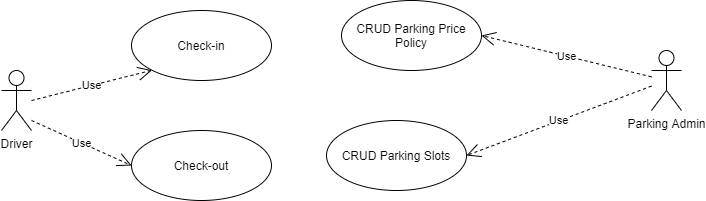
The draw.io diagram design/ParkingSlotsUC.png in crtoled0/parking-spots, before a commit. Source tidied: cells renumbered, new cells last; positions are measured from the earlier drawing's top-left corner, leaving out a move shared by most shapes. Its diagram source:
```xml
<mxGraphModel>
  <root>
    <mxCell id="0" />
    <mxCell id="1" parent="0" />
    <mxCell id="2" value="Driver" style="shape=umlActor;verticalLabelPosition=bottom;labelBackgroundColor=#ffffff;verticalAlign=top;html=1;" parent="1" vertex="1">
      <mxGeometry y="70" width="30" height="60" as="geometry" />
    </mxCell>
    <mxCell id="3" value="Parking Admin" style="shape=umlActor;verticalLabelPosition=bottom;labelBackgroundColor=#ffffff;verticalAlign=top;html=1;" parent="1" vertex="1">
      <mxGeometry x="650" y="50" width="30" height="60" as="geometry" />
    </mxCell>
    <mxCell id="4" value="CRUD Parking Price Policy" style="ellipse;whiteSpace=wrap;html=1;" parent="1" vertex="1">
      <mxGeometry x="340" width="140" height="70" as="geometry" />
    </mxCell>
    <mxCell id="5" value="CRUD Parking Slots" style="ellipse;whiteSpace=wrap;html=1;" parent="1" vertex="1">
      <mxGeometry x="325" y="120" width="140" height="70" as="geometry" />
    </mxCell>
    <mxCell id="6" value="Check-in" style="ellipse;whiteSpace=wrap;html=1;" parent="1" vertex="1">
      <mxGeometry x="130" y="10" width="140" height="70" as="geometry" />
    </mxCell>
    <mxCell id="7" value="Check-out" style="ellipse;whiteSpace=wrap;html=1;" parent="1" vertex="1">
      <mxGeometry x="130" y="130" width="140" height="70" as="geometry" />
    </mxCell>
    <mxCell id="8" value="Use" style="endArrow=open;endSize=12;dashed=1;html=1;entryX=0;entryY=1;entryDx=0;entryDy=0;" parent="1" edge="1" target="6">
      <mxGeometry relative="1" as="geometry">
        <mxPoint x="30" y="100" as="sourcePoint" />
      </mxGeometry>
    </mxCell>
    <mxCell id="9" value="Use" style="endArrow=open;endSize=12;dashed=1;html=1;entryX=0;entryY=0.5;entryDx=0;entryDy=0;" parent="1" edge="1" target="7">
      <mxGeometry relative="1" as="geometry">
        <mxPoint x="30" y="120" as="sourcePoint" />
      </mxGeometry>
    </mxCell>
    <mxCell id="10" value="Use" style="endArrow=open;endSize=12;dashed=1;html=1;entryX=1;entryY=0.5;entryDx=0;entryDy=0;" parent="1" edge="1" source="3" target="4">
      <mxGeometry relative="1" as="geometry" />
    </mxCell>
    <mxCell id="11" value="Use" style="endArrow=open;endSize=12;dashed=1;html=1;entryX=1;entryY=0.5;entryDx=0;entryDy=0;" parent="1" edge="1" source="3" target="5">
      <mxGeometry relative="1" as="geometry" />
    </mxCell>
  </root>
</mxGraphModel>
```
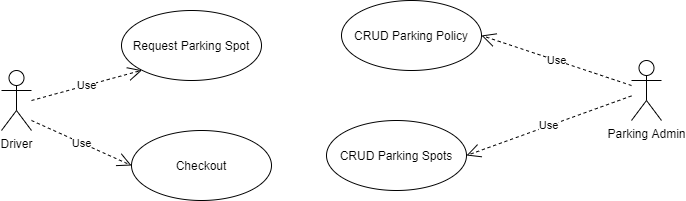
After the commit.

The edit, as a diff of the source:
```diff
@@ -6,18 +6,18 @@
       <mxGeometry y="70" width="30" height="60" as="geometry" />
     </mxCell>
     <mxCell id="3" value="Parking Admin" style="shape=umlActor;verticalLabelPosition=bottom;labelBackgroundColor=#ffffff;verticalAlign=top;html=1;" parent="1" vertex="1">
-      <mxGeometry x="650" y="50" width="30" height="60" as="geometry" />
+      <mxGeometry x="630" y="60" width="30" height="60" as="geometry" />
     </mxCell>
-    <mxCell id="4" value="CRUD Parking Price Policy" style="ellipse;whiteSpace=wrap;html=1;" parent="1" vertex="1">
+    <mxCell id="4" value="CRUD Parking Policy" style="ellipse;whiteSpace=wrap;html=1;" parent="1" vertex="1">
       <mxGeometry x="340" width="140" height="70" as="geometry" />
     </mxCell>
-    <mxCell id="5" value="CRUD Parking Slots" style="ellipse;whiteSpace=wrap;html=1;" parent="1" vertex="1">
+    <mxCell id="5" value="CRUD Parking Spots" style="ellipse;whiteSpace=wrap;html=1;" parent="1" vertex="1">
       <mxGeometry x="325" y="120" width="140" height="70" as="geometry" />
     </mxCell>
-    <mxCell id="6" value="Check-in" style="ellipse;whiteSpace=wrap;html=1;" parent="1" vertex="1">
-      <mxGeometry x="130" y="10" width="140" height="70" as="geometry" />
+    <mxCell id="6" value="Request Parking Spot" style="ellipse;whiteSpace=wrap;html=1;" parent="1" vertex="1">
+      <mxGeometry x="120" y="10" width="140" height="70" as="geometry" />
     </mxCell>
-    <mxCell id="7" value="Check-out" style="ellipse;whiteSpace=wrap;html=1;" parent="1" vertex="1">
+    <mxCell id="7" value="Checkout" style="ellipse;whiteSpace=wrap;html=1;" parent="1" vertex="1">
       <mxGeometry x="130" y="130" width="140" height="70" as="geometry" />
     </mxCell>
     <mxCell id="8" value="Use" style="endArrow=open;endSize=12;dashed=1;html=1;entryX=0;entryY=1;entryDx=0;entryDy=0;" parent="1" edge="1" target="6">
```
